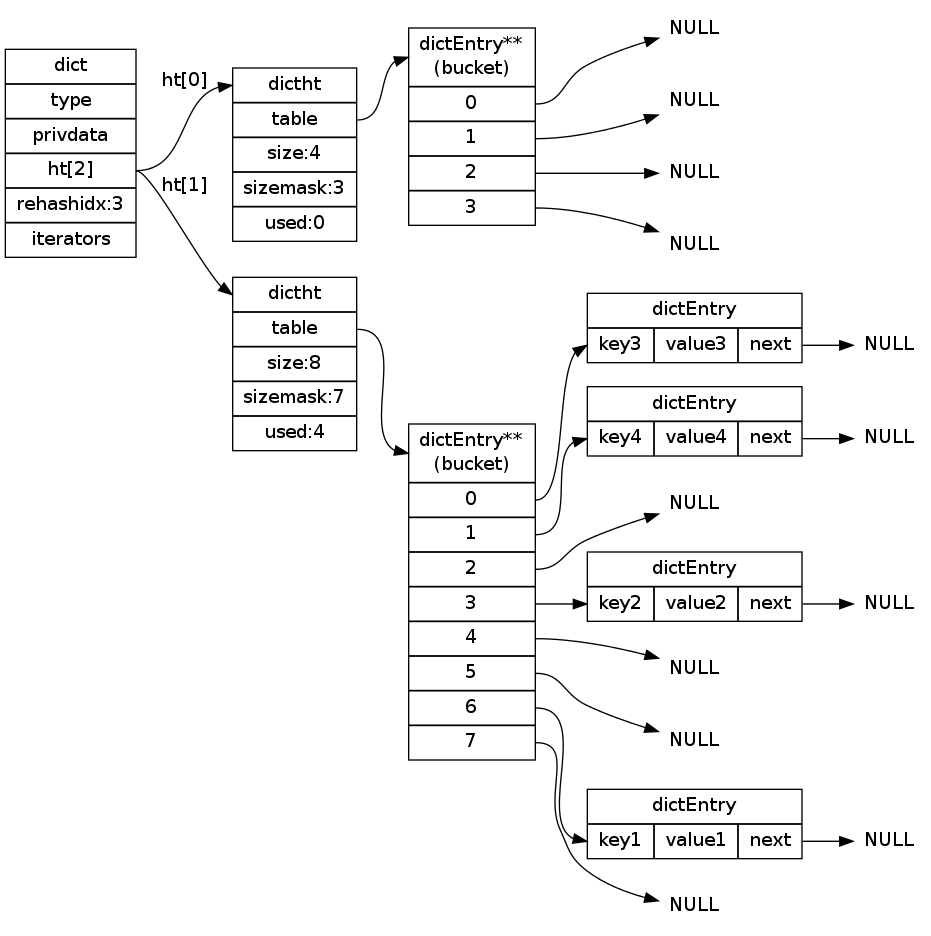
The Graphviz diagram internal-datastruct/image/rehash_step_three.png in huangzworks/redisbook, before a commit. Its source is kept beside it as internal-datastruct/image/rehash_step_three.dot. The source it was exported from:
```dot
digraph rehash_step_three {


    rankdir = LR;

    node[shape=record];


    dict [label="dict | type | privdata |<ht> ht[2] | rehashidx:3 | iterators"];

    ht0 [label="<dictht>dictht |<table> table | size:4 | sizemask:3 | used:0"];

    ht1 [label="<dictht>dictht |<table> table | size:8 | sizemask:7 | used:4"];

    bucket [label="<head>dictEntry**\n(bucket) |<table0> 0 |<table1> 1 |<table2> 2 |<table3> 3 "];

    bucket1 [label="<head>dictEntry**\n(bucket) |<table0> 0 |<table1> 1 |<table2> 2 |<table3> 3 |<table4> 4 |<table5> 5 |<table6> 6 |<table7> 7"];

    pair_1 [label="dictEntry |{<start>key1 | value1 |<next>next}"];

    pair_2 [label="dictEntry |{<start>key2 | value2 |<next>next}"];

    pair_3 [label="dictEntry |{<start>key3 | value3 |<next>next}"];

    pair_4 [label="dictEntry |{<start>key4 | value4 |<next>next}"];

    null0 [label="NULL", shape=plaintext];
    null1 [label="NULL", shape=plaintext];
    null2 [label="NULL", shape=plaintext];
    null3 [label="NULL", shape=plaintext];

    null10 [label="NULL", shape=plaintext];
    null11 [label="NULL", shape=plaintext];
    null12 [label="NULL", shape=plaintext];
    null13 [label="NULL", shape=plaintext];
    null14 [label="NULL", shape=plaintext];
    null15 [label="NULL", shape=plaintext];
    null16 [label="NULL", shape=plaintext];
    null17 [label="NULL", shape=plaintext];


    dict:ht -> ht0:dictht [label="ht[0]"];
    dict:ht -> ht1:dictht [label="ht[1]"];

    ht0:table -> bucket:head;

    ht1:table -> bucket1:head;

    bucket:table0 -> null0;

    bucket:table1 -> null1;

    bucket:table2 -> null2;

    bucket:table3 -> null3;

    bucket1:table0 -> pair_3:start; pair_3:next -> null10;
    bucket1:table1 -> pair_4:start; pair_4:next -> null11;
    bucket1:table2 -> null12;
    bucket1:table3 -> pair_2:start; pair_2:next -> null13;
    bucket1:table4 -> null14;
    bucket1:table5 -> null15;
    bucket1:table6 -> pair_1:start; pair_1:next -> null16;
    bucket1:table7 -> null17;

}
```
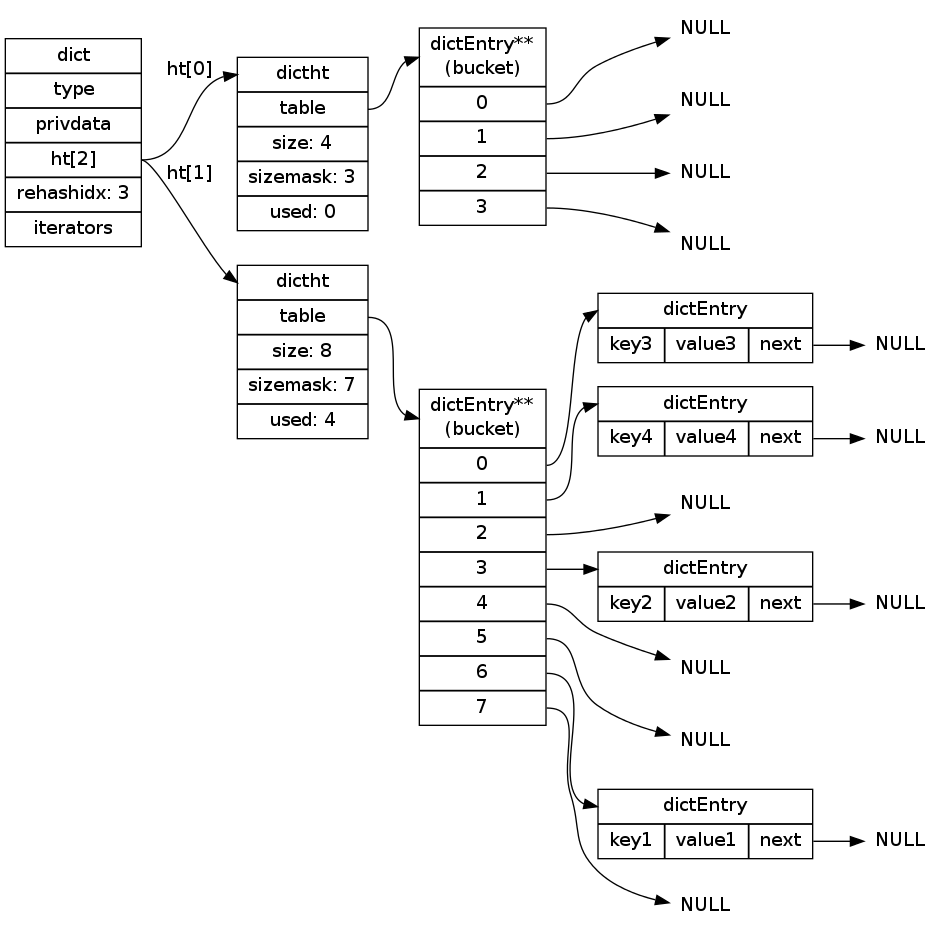
Above is the later version.

Change to the diagram source:
```diff
@@ -6,23 +6,23 @@
     node[shape=record];
 
 
-    dict [label="dict | type | privdata |<ht> ht[2] | rehashidx:3 | iterators"];
+    dict [label="dict | type | privdata |<ht> ht[2] | rehashidx: 3 | iterators"];
 
-    ht0 [label="<dictht>dictht |<table> table | size:4 | sizemask:3 | used:0"];
+    ht0 [label="<dictht>dictht |<table> table | size: 4 | sizemask: 3 | used: 0"];
 
-    ht1 [label="<dictht>dictht |<table> table | size:8 | sizemask:7 | used:4"];
+    ht1 [label="<dictht>dictht |<table> table | size: 8 | sizemask: 7 | used: 4"];
 
     bucket [label="<head>dictEntry**\n(bucket) |<table0> 0 |<table1> 1 |<table2> 2 |<table3> 3 "];
 
     bucket1 [label="<head>dictEntry**\n(bucket) |<table0> 0 |<table1> 1 |<table2> 2 |<table3> 3 |<table4> 4 |<table5> 5 |<table6> 6 |<table7> 7"];
 
-    pair_1 [label="dictEntry |{<start>key1 | value1 |<next>next}"];
+    pair_1 [label="<head>dictEntry |{key1 | value1 |<next>next}"];
 
-    pair_2 [label="dictEntry |{<start>key2 | value2 |<next>next}"];
+    pair_2 [label="<head>dictEntry |{key2 | value2 |<next>next}"];
 
-    pair_3 [label="dictEntry |{<start>key3 | value3 |<next>next}"];
+    pair_3 [label="<head>dictEntry |{key3 | value3 |<next>next}"];
 
-    pair_4 [label="dictEntry |{<start>key4 | value4 |<next>next}"];
+    pair_4 [label="<head>dictEntry |{key4 | value4 |<next>next}"];
 
     null0 [label="NULL", shape=plaintext];
     null1 [label="NULL", shape=plaintext];
@@ -54,13 +54,13 @@
 
     bucket:table3 -> null3;
 
-    bucket1:table0 -> pair_3:start; pair_3:next -> null10;
-    bucket1:table1 -> pair_4:start; pair_4:next -> null11;
+    bucket1:table0 -> pair_3:head; pair_3:next -> null10;
+    bucket1:table1 -> pair_4:head; pair_4:next -> null11;
     bucket1:table2 -> null12;
-    bucket1:table3 -> pair_2:start; pair_2:next -> null13;
+    bucket1:table3 -> pair_2:head; pair_2:next -> null13;
     bucket1:table4 -> null14;
     bucket1:table5 -> null15;
-    bucket1:table6 -> pair_1:start; pair_1:next -> null16;
+    bucket1:table6 -> pair_1:head; pair_1:next -> null16;
     bucket1:table7 -> null17;
 
 }
```
